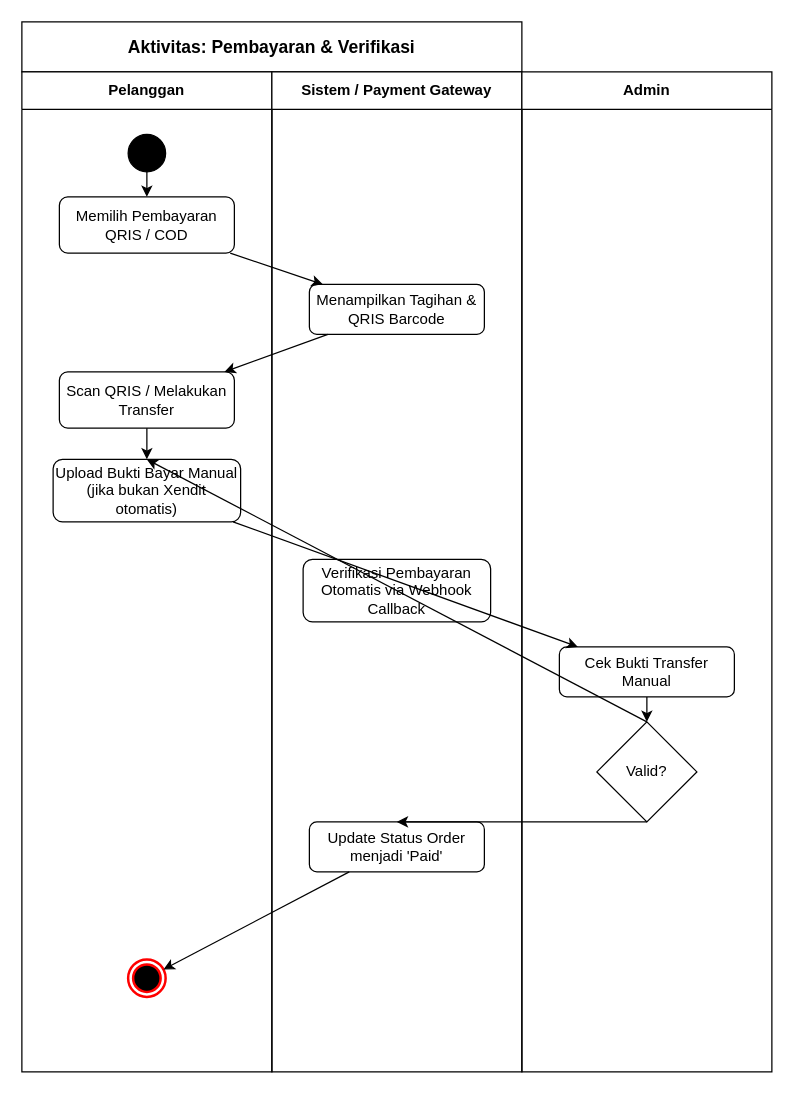
Before: page "Activity: Pembayaran" (5 of 7) of diagram-macha/Macha_Diagrams.drawio in FikriBintangx/Macha, a draw.io diagram. Source tidied: cells renumbered, new cells numbered last; positions are measured from the earlier drawing's top-left corner, leaving out a move shared by most shapes. Both pictures are drawn from the tidied source at 125%, with x=0, y=0 at pixel (21, 21).
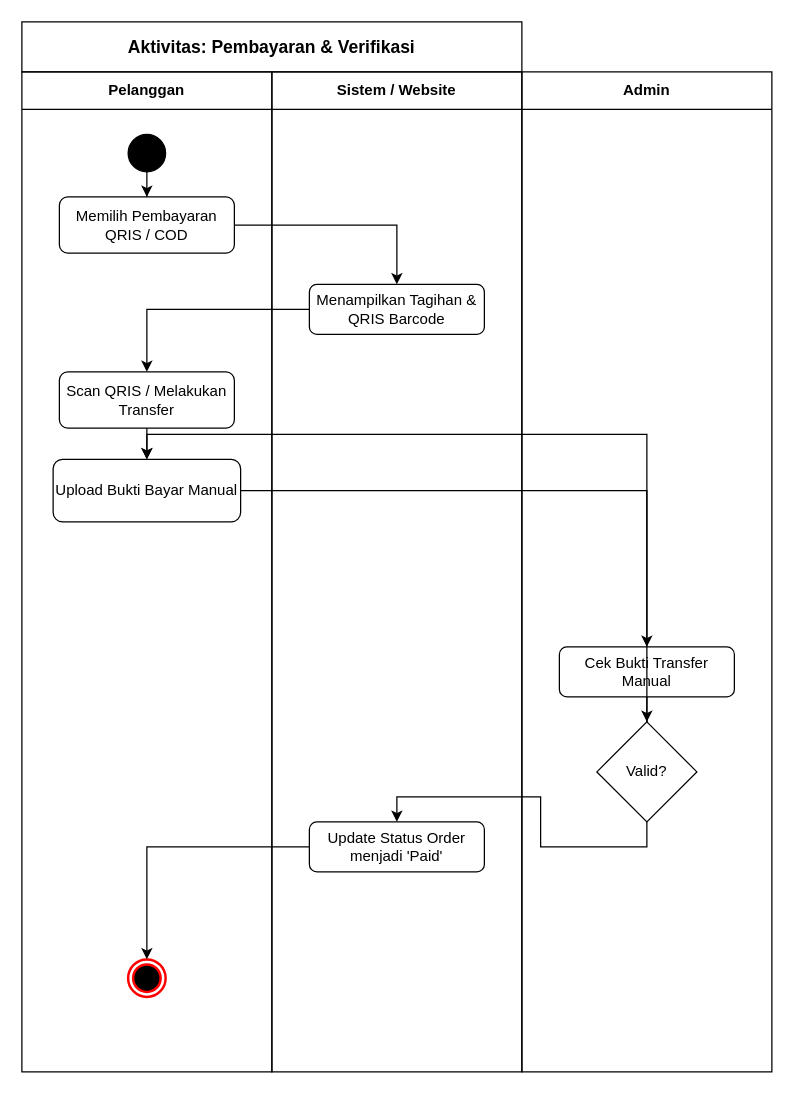
The same diagram, later.

Diff of the diagram source:
```diff
@@
-    <mxCell id="2" value="Aktivitas: Pembayaran &amp; Verifikasi" style="rounded=0;whiteSpace=wrap;html=1;fontStyle=1;fontSize=14;align=center;verticalAlign=middle;" parent="1" vertex="1">
+    <mxCell id="2" value="Aktivitas: Pembayaran &amp; Verifikasi" style="rounded=0;whiteSpace=wrap;html=1;fontStyle=1;fontSize=14;align=center;verticalAlign=middle;strokeColor=light-dark(#000000, #ffffff);fillColor=none;fontColor=light-dark(#000000, #ffffff);" parent="1" vertex="1">
       <mxGeometry width="400" height="40" as="geometry" />
     </mxCell>
-    <mxCell id="3" value="Pelanggan" style="swimlane;whiteSpace=wrap;html=1;startSize=30;" parent="1" vertex="1">
+    <mxCell id="3" value="Pelanggan" style="swimlane;whiteSpace=wrap;html=1;startSize=30;strokeColor=light-dark(#000000, #ffffff);fillColor=none;fontColor=light-dark(#000000, #ffffff);" parent="1" vertex="1">
       <mxGeometry y="40" width="200" height="800" as="geometry" />
     </mxCell>
-    <mxCell id="4" value="Sistem / Payment Gateway" style="swimlane;whiteSpace=wrap;html=1;startSize=30;" parent="1" vertex="1">
+    <mxCell id="4" value="Sistem / Website" style="swimlane;whiteSpace=wrap;html=1;startSize=30;strokeColor=light-dark(#000000, #ffffff);fillColor=none;fontColor=light-dark(#000000, #ffffff);" parent="1" vertex="1">
       <mxGeometry x="200" y="40" width="200" height="800" as="geometry" />
     </mxCell>
-    <mxCell id="5" value="Admin" style="swimlane;whiteSpace=wrap;html=1;startSize=30;" parent="1" vertex="1">
+    <mxCell id="5" value="Admin" style="swimlane;whiteSpace=wrap;html=1;startSize=30;strokeColor=light-dark(#000000, #ffffff);fillColor=none;fontColor=light-dark(#000000, #ffffff);" parent="1" vertex="1">
       <mxGeometry x="400" y="40" width="200" height="800" as="geometry" />
     </mxCell>
-    <mxCell id="6" style="ellipse;whiteSpace=wrap;html=1;fillColor=#000000;" parent="3" vertex="1">
+    <mxCell id="6" style="ellipse;whiteSpace=wrap;html=1;fillColor=light-dark(#000000, #ffffff);strokeColor=light-dark(#000000, #ffffff);" parent="3" vertex="1">
       <mxGeometry x="85" y="50" width="30" height="30" as="geometry" />
     </mxCell>
-    <mxCell id="7" value="Memilih Pembayaran QRIS / COD" style="rounded=1;whiteSpace=wrap;html=1;" parent="3" vertex="1">
+    <mxCell id="7" value="Memilih Pembayaran QRIS / COD" style="rounded=1;whiteSpace=wrap;html=1;strokeColor=light-dark(#000000, #ffffff);fillColor=none;fontColor=light-dark(#000000, #ffffff);" parent="3" vertex="1">
       <mxGeometry x="30" y="100" width="140" height="45" as="geometry" />
     </mxCell>
-    <mxCell id="8" value="Scan QRIS / Melakukan Transfer" style="rounded=1;whiteSpace=wrap;html=1;" parent="3" vertex="1">
+    <mxCell id="8" value="Scan QRIS / Melakukan Transfer" style="rounded=1;whiteSpace=wrap;html=1;strokeColor=light-dark(#000000, #ffffff);fillColor=none;fontColor=light-dark(#000000, #ffffff);" parent="3" vertex="1">
       <mxGeometry x="30" y="240" width="140" height="45" as="geometry" />
     </mxCell>
-    <mxCell id="9" value="Upload Bukti Bayar Manual (jika bukan Xendit otomatis)" style="rounded=1;whiteSpace=wrap;html=1;" parent="3" vertex="1">
+    <mxCell id="9" value="Upload Bukti Bayar Manual" style="rounded=1;whiteSpace=wrap;html=1;strokeColor=light-dark(#000000, #ffffff);fillColor=none;fontColor=light-dark(#000000, #ffffff);" parent="3" vertex="1">
       <mxGeometry x="25" y="310" width="150" height="50" as="geometry" />
     </mxCell>
-    <mxCell id="10" style="ellipse;html=1;shape=endState;fillColor=#000000;strokeColor=#ff0000;strokeWidth=2;" parent="3" vertex="1">
+    <mxCell id="10" style="ellipse;html=1;shape=endState;fillColor=light-dark(#000000, #ffffff);strokeColor=#ff0000;strokeWidth=2;" parent="3" vertex="1">
       <mxGeometry x="85" y="710" width="30" height="30" as="geometry" />
     </mxCell>
-    <mxCell id="11" value="Menampilkan Tagihan &amp; QRIS Barcode" style="rounded=1;whiteSpace=wrap;html=1;" parent="4" vertex="1">
+    <mxCell id="11" value="Menampilkan Tagihan &amp; QRIS Barcode" style="rounded=1;whiteSpace=wrap;html=1;strokeColor=light-dark(#000000, #ffffff);fillColor=none;fontColor=light-dark(#000000, #ffffff);" parent="4" vertex="1">
       <mxGeometry x="30" y="170" width="140" height="40" as="geometry" />
     </mxCell>
-    <mxCell id="12" value="Verifikasi Pembayaran Otomatis via Webhook Callback" style="rounded=1;whiteSpace=wrap;html=1;" parent="4" vertex="1">
-      <mxGeometry x="25" y="390" width="150" height="50" as="geometry" />
-    </mxCell>
-    <mxCell id="13" value="Update Status Order menjadi 'Paid'" style="rounded=1;whiteSpace=wrap;html=1;" parent="4" vertex="1">
+    <mxCell id="13" value="Update Status Order menjadi 'Paid'" style="rounded=1;whiteSpace=wrap;html=1;strokeColor=light-dark(#000000, #ffffff);fillColor=none;fontColor=light-dark(#000000, #ffffff);" parent="4" vertex="1">
       <mxGeometry x="30" y="600" width="140" height="40" as="geometry" />
     </mxCell>
-    <mxCell id="14" value="Cek Bukti Transfer Manual" style="rounded=1;whiteSpace=wrap;html=1;" parent="5" vertex="1">
+    <mxCell id="14" value="Cek Bukti Transfer Manual" style="rounded=1;whiteSpace=wrap;html=1;strokeColor=light-dark(#000000, #ffffff);fillColor=none;fontColor=light-dark(#000000, #ffffff);" parent="5" vertex="1">
       <mxGeometry x="30" y="460" width="140" height="40" as="geometry" />
     </mxCell>
-    <mxCell id="15" value="Valid?" style="rhombus;whiteSpace=wrap;html=1;" parent="5" vertex="1">
+    <mxCell id="15" value="Valid?" style="rhombus;whiteSpace=wrap;html=1;strokeColor=light-dark(#000000, #ffffff);fillColor=none;fontColor=light-dark(#000000, #ffffff);" parent="5" vertex="1">
       <mxGeometry x="60" y="520" width="80" height="80" as="geometry" />
     </mxCell>
-    <mxCell id="16" parent="1" edge="1" source="6" target="7">
+    <mxCell id="16" style="edgeStyle=orthogonalEdgeStyle;rounded=0;jettySize=auto;html=1;strokeColor=light-dark(#000000, #ffffff);fillColor=none;" parent="1" edge="1" source="6" target="7">
       <mxGeometry relative="1" as="geometry" />
     </mxCell>
-    <mxCell id="17" parent="1" edge="1" source="7" target="11">
+    <mxCell id="17" style="edgeStyle=orthogonalEdgeStyle;rounded=0;jettySize=auto;html=1;strokeColor=light-dark(#000000, #ffffff);fillColor=none;" parent="1" edge="1" source="7" target="11">
       <mxGeometry relative="1" as="geometry" />
     </mxCell>
-    <mxCell id="18" parent="1" edge="1" source="11" target="8">
+    <mxCell id="18" style="edgeStyle=orthogonalEdgeStyle;rounded=0;jettySize=auto;html=1;strokeColor=light-dark(#000000, #ffffff);fillColor=none;" parent="1" edge="1" source="11" target="8">
       <mxGeometry relative="1" as="geometry" />
     </mxCell>
-    <mxCell id="19" parent="1" edge="1" source="8" target="9">
+    <mxCell id="19" style="edgeStyle=orthogonalEdgeStyle;rounded=0;jettySize=auto;html=1;strokeColor=light-dark(#000000, #ffffff);fillColor=none;" parent="1" edge="1" source="8" target="9">
       <mxGeometry relative="1" as="geometry" />
     </mxCell>
-    <mxCell id="20" parent="1" edge="1" source="9" target="14">
+    <mxCell id="20" style="edgeStyle=orthogonalEdgeStyle;rounded=0;jettySize=auto;html=1;strokeColor=light-dark(#000000, #ffffff);fillColor=none;" parent="1" edge="1" source="9" target="14">
       <mxGeometry relative="1" as="geometry" />
     </mxCell>
-    <mxCell id="21" parent="1" edge="1" source="14" target="15">
+    <mxCell id="21" style="edgeStyle=orthogonalEdgeStyle;rounded=0;jettySize=auto;html=1;strokeColor=light-dark(#000000, #ffffff);fillColor=none;" parent="1" edge="1" source="14" target="15">
       <mxGeometry relative="1" as="geometry" />
     </mxCell>
-    <mxCell id="22" style="exitX=0.5;exitY=1;entryX=0.5;entryY=0;" parent="1" edge="1" source="15" target="13">
+    <mxCell id="22" style="edgeStyle=orthogonalEdgeStyle;rounded=0;jettySize=auto;html=1;strokeColor=light-dark(#000000, #ffffff);fillColor=none;exitX=0.5;exitY=1;entryX=0.5;entryY=0;" parent="1" edge="1" source="15" target="13">
       <mxGeometry relative="1" as="geometry" />
     </mxCell>
-    <mxCell id="23" style="exitX=0.5;exitY=0;entryX=0.5;entryY=0;" parent="1" edge="1" source="15" target="9">
+    <mxCell id="23" style="edgeStyle=orthogonalEdgeStyle;rounded=0;jettySize=auto;html=1;strokeColor=light-dark(#000000, #ffffff);fillColor=none;exitX=0.5;exitY=0;entryX=0.5;entryY=0;" parent="1" edge="1" source="15" target="9">
       <mxGeometry relative="1" as="geometry" />
     </mxCell>
-    <mxCell id="24" parent="1" edge="1" source="13" target="10">
+    <mxCell id="24" style="edgeStyle=orthogonalEdgeStyle;rounded=0;jettySize=auto;html=1;strokeColor=light-dark(#000000, #ffffff);fillColor=none;" parent="1" edge="1" source="13" target="10">
       <mxGeometry relative="1" as="geometry" />
     </mxCell>
```
